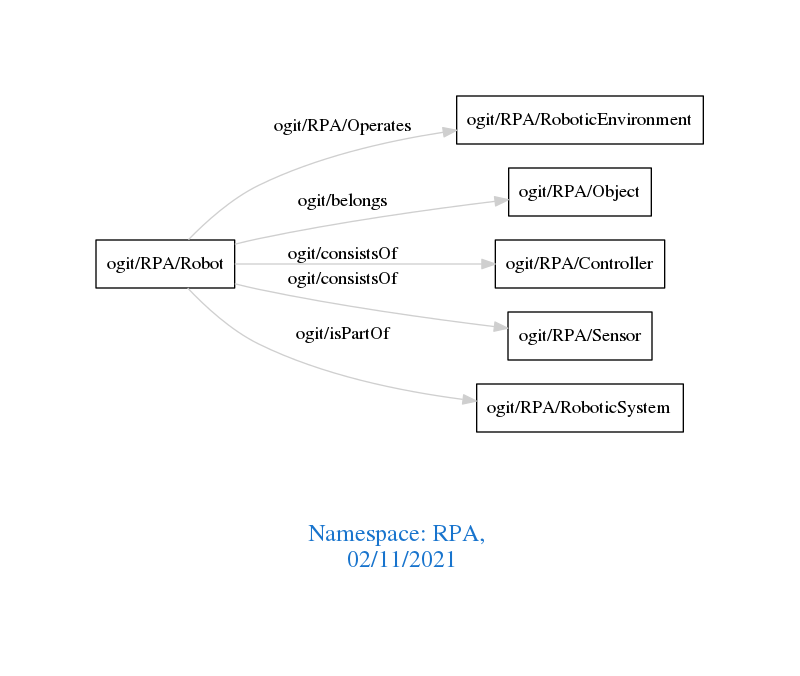
Before: downloads/RPA.png, a diagram exported from Graphviz (arago/OGIT). Its source is kept beside it as downloads/RPA.dot. Its diagram source:
```dot
digraph OGIT_ontology {
 graph [ rankdir= LR,pad=1
fontsize = 18,
fontcolor= dodgerblue3,label = "\n\n\nNamespace: RPA, \n 02/11/2021"];
node[shape=polygon];
edge [  color="gray81"];

   "ogit/RPA/Robot" -> "ogit/RPA/RoboticEnvironment" [label="   ogit/RPA/Operates    "];
   "ogit/RPA/Robot" -> "ogit/RPA/Object" [label="   ogit/belongs    "];
   "ogit/RPA/Robot" -> "ogit/RPA/Controller" [label="   ogit/consistsOf    "];
   "ogit/RPA/Robot" -> "ogit/RPA/Sensor" [label="   ogit/consistsOf    "];
   "ogit/RPA/Robot" -> "ogit/RPA/RoboticSystem" [label="   ogit/isPartOf    "];
}
```
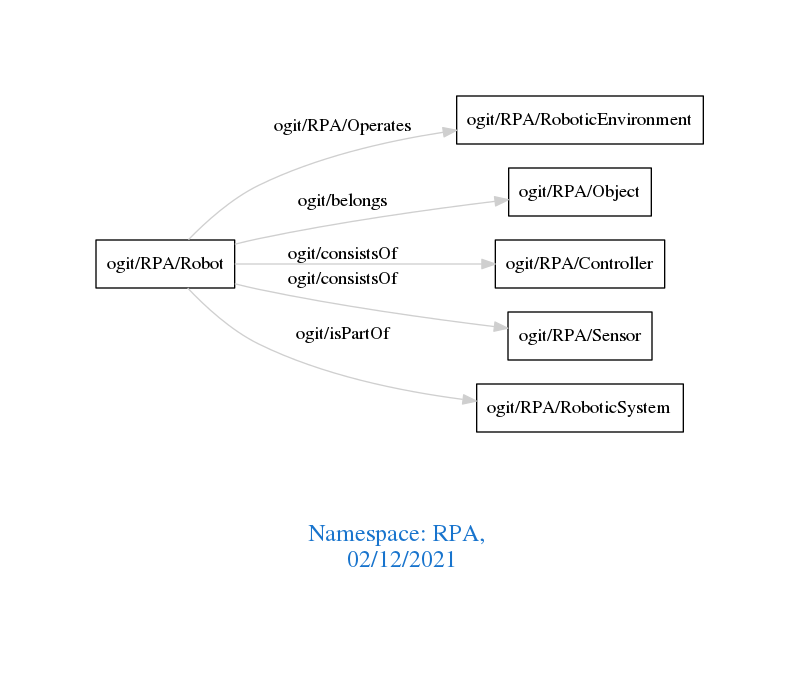
After the commit.

The edit, as a diff of the source:
```diff
@@ -1,7 +1,7 @@
 digraph OGIT_ontology {
  graph [ rankdir= LR,pad=1
 fontsize = 18,
-fontcolor= dodgerblue3,label = "\n\n\nNamespace: RPA, \n 02/11/2021"];
+fontcolor= dodgerblue3,label = "\n\n\nNamespace: RPA, \n 02/12/2021"];
 node[shape=polygon];
 edge [  color="gray81"];
 
```
